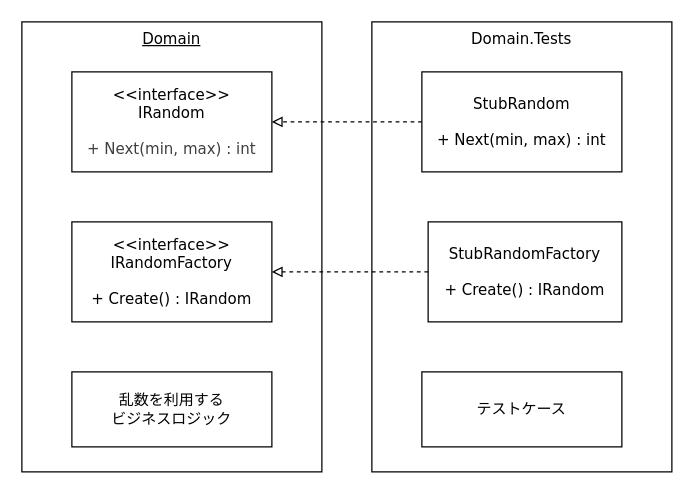
The draw.io diagram page "Page-2" (2 of 2) of articles/4624baa67a9acc/random.drawio in ushibutatory/tech-images, before the edit. Source tidied: cells renumbered, new cells numbered last; positions are measured from the earlier drawing's top-left corner, leaving out a move shared by most shapes. Both pictures are drawn from the tidied source at 125%, with x=0, y=0 at pixel (21, 21).
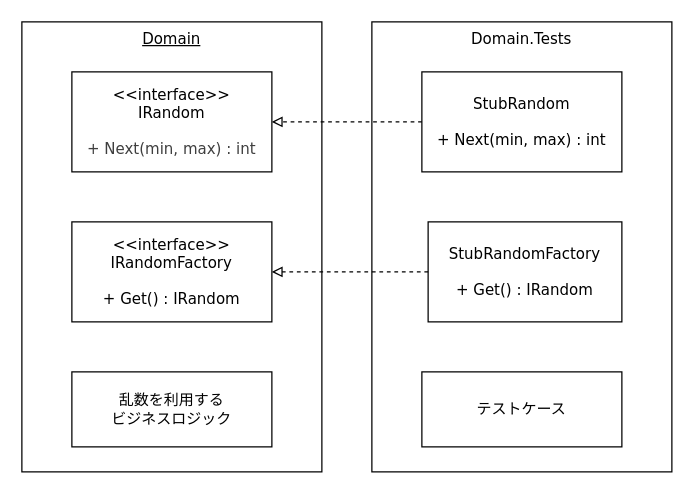
After the change.

Diff of the diagram source:
```diff
@@
 <mxGraphModel background="#ffffff">
   <root>
     <mxCell id="0" />
     <mxCell id="1" parent="0" />
     <mxCell id="2" value="Domain.Tests" style="rounded=0;whiteSpace=wrap;html=1;verticalAlign=top;fontFamily=Verdana;" parent="1" vertex="1">
       <mxGeometry x="280" width="240" height="360" as="geometry" />
     </mxCell>
     <mxCell id="3" value="&lt;div&gt;テストケース&lt;/div&gt;" style="rounded=0;whiteSpace=wrap;html=1;fontFamily=Verdana;" parent="1" vertex="1">
       <mxGeometry x="320" y="280" width="160" height="60" as="geometry" />
     </mxCell>
     <mxCell id="4" value="&lt;div&gt;StubRandom&lt;/div&gt;&lt;div&gt;&lt;br&gt;&lt;/div&gt;&lt;div&gt;+ Next(min, max) : int&lt;/div&gt;" style="rounded=0;whiteSpace=wrap;html=1;fontFamily=Verdana;" parent="1" vertex="1">
       <mxGeometry x="320" y="40" width="160" height="80" as="geometry" />
     </mxCell>
-    <mxCell id="5" value="&lt;div&gt;StubRandomFactory&lt;/div&gt;&lt;div&gt;&lt;br&gt;&lt;/div&gt;&lt;div&gt;+ Create() : IRandom&lt;/div&gt;" style="rounded=0;whiteSpace=wrap;html=1;fontFamily=Verdana;" parent="1" vertex="1">
+    <mxCell id="5" value="&lt;div&gt;StubRandomFactory&lt;/div&gt;&lt;div&gt;&lt;br&gt;&lt;/div&gt;&lt;div&gt;+ Get() : IRandom&lt;/div&gt;" style="rounded=0;whiteSpace=wrap;html=1;fontFamily=Verdana;" parent="1" vertex="1">
       <mxGeometry x="325" y="160" width="155" height="80" as="geometry" />
     </mxCell>
     <mxCell id="6" value="Domain" style="rounded=0;whiteSpace=wrap;html=1;verticalAlign=top;fontStyle=4;fontFamily=Verdana;" parent="1" vertex="1">
       <mxGeometry width="240" height="360" as="geometry" />
     </mxCell>
     <mxCell id="7" value="&amp;lt;&amp;lt;interface&amp;gt;&amp;gt;&lt;div&gt;IRandom&lt;br&gt;&lt;/div&gt;&lt;div&gt;&lt;span style=&quot;color: rgb(63, 63, 63); background-color: transparent;&quot;&gt;&lt;br&gt;+ Next(min, max) : int&lt;/span&gt;&lt;/div&gt;" style="rounded=0;whiteSpace=wrap;html=1;fontFamily=Verdana;" parent="1" vertex="1">
       <mxGeometry x="40" y="40" width="160" height="80" as="geometry" />
     </mxCell>
-    <mxCell id="8" value="&amp;lt;&amp;lt;interface&amp;gt;&amp;gt;&lt;div&gt;IRandomFactory&lt;/div&gt;&lt;div&gt;&lt;br&gt;&lt;/div&gt;&lt;div&gt;+ Create() : IRandom&lt;/div&gt;" style="rounded=0;whiteSpace=wrap;html=1;fontFamily=Verdana;" parent="1" vertex="1">
+    <mxCell id="8" value="&amp;lt;&amp;lt;interface&amp;gt;&amp;gt;&lt;div&gt;IRandomFactory&lt;/div&gt;&lt;div&gt;&lt;br&gt;&lt;/div&gt;&lt;div&gt;+ Get() : IRandom&lt;/div&gt;" style="rounded=0;whiteSpace=wrap;html=1;fontFamily=Verdana;" parent="1" vertex="1">
       <mxGeometry x="40" y="160" width="160" height="80" as="geometry" />
     </mxCell>
     <mxCell id="9" value="乱数を利用する&lt;br&gt;ビジネスロジック" style="rounded=0;whiteSpace=wrap;html=1;fontFamily=Verdana;" parent="1" vertex="1">
       <mxGeometry x="40" y="280" width="160" height="60" as="geometry" />
     </mxCell>
     <mxCell id="10" style="endArrow=block;html=1;endFill=0;dashed=1;fontFamily=Verdana;" parent="1" edge="1" source="4" target="7">
       <mxGeometry relative="1" as="geometry" />
     </mxCell>
     <mxCell id="11" style="endArrow=block;html=1;endFill=0;dashed=1;fontFamily=Verdana;" parent="1" edge="1" source="5" target="8">
       <mxGeometry relative="1" as="geometry" />
     </mxCell>
   </root>
 </mxGraphModel>
```
